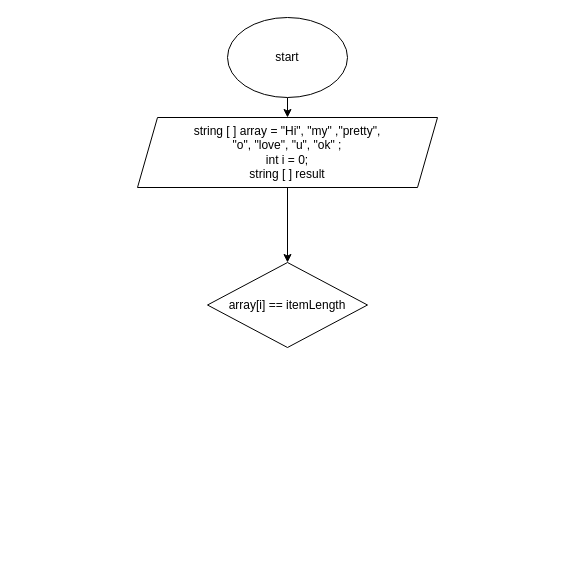
The draw.io diagram алгоритм.drawio in serikova-olga/1st-quoter-test-OlgaSerikova, before the edit. Source tidied: cells renumbered, new cells numbered last; positions are measured from the earlier drawing's top-left corner, leaving out a move shared by most shapes. Both pictures are drawn from the tidied source at 100%, with x=0, y=0 at pixel (137, 17).
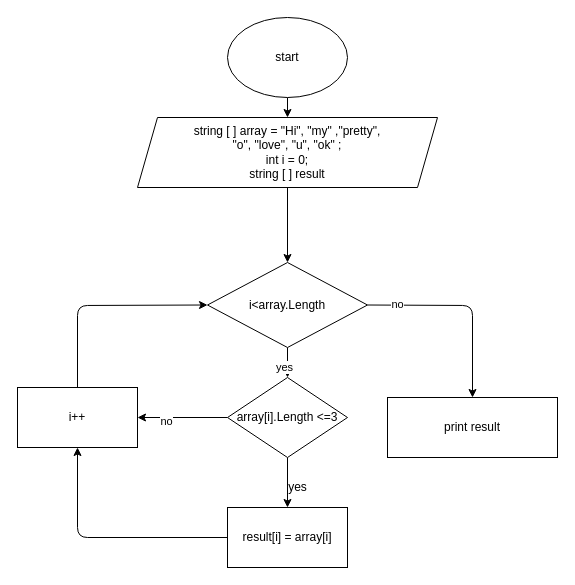
Above is the later version.

Diff of the diagram source:
```diff
@@
+    <mxCell id="7" style="edgeStyle=none;html=1;" parent="1" edge="1" source="6" target="14">
+      <mxGeometry relative="1" as="geometry" />
+    </mxCell>
+    <mxCell id="8" value="yes" style="edgeLabel;html=1;align=center;verticalAlign=middle;" parent="7" vertex="1">
+      <mxGeometry x="0.28" y="-4" relative="1" as="geometry" />
+    </mxCell>
+    <mxCell id="9" style="edgeStyle=none;html=1;exitX=1;exitY=0.5;exitDx=0;exitDy=0;entryX=0.5;entryY=0;entryDx=0;entryDy=0;" parent="1" edge="1" source="6" target="20">
+      <mxGeometry relative="1" as="geometry">
+        <Array as="points">
+          <mxPoint x="335" y="288" />
+        </Array>
+      </mxGeometry>
+    </mxCell>
+    <mxCell id="10" value="no" style="edgeLabel;html=1;align=center;verticalAlign=middle;" parent="9" vertex="1">
+      <mxGeometry x="-0.71" y="1" relative="1" as="geometry" />
+    </mxCell>
-    <mxCell id="6" value="array[i] == itemLength" style="rhombus;whiteSpace=wrap;html=1;" parent="1" vertex="1">
+    <mxCell id="6" value="i&amp;lt;array.Length" style="rhombus;whiteSpace=wrap;html=1;" parent="1" vertex="1">
       <mxGeometry x="70" y="245" width="160" height="85" as="geometry" />
     </mxCell>
+    <mxCell id="11" style="edgeStyle=none;html=1;" parent="1" edge="1" source="14" target="16">
+      <mxGeometry relative="1" as="geometry" />
+    </mxCell>
+    <mxCell id="12" style="edgeStyle=none;html=1;" parent="1" edge="1" source="14" target="18">
+      <mxGeometry relative="1" as="geometry" />
+    </mxCell>
+    <mxCell id="13" value="no" style="edgeLabel;html=1;align=center;verticalAlign=middle;" parent="12" vertex="1">
+      <mxGeometry x="0.38" y="3" relative="1" as="geometry" />
+    </mxCell>
+    <mxCell id="14" value="array[i].Length &amp;lt;=3" style="rhombus;whiteSpace=wrap;html=1;" parent="1" vertex="1">
+      <mxGeometry x="90" y="360" width="120" height="80" as="geometry" />
+    </mxCell>
+    <mxCell id="15" style="edgeStyle=none;html=1;" parent="1" edge="1" source="16" target="18">
+      <mxGeometry relative="1" as="geometry">
+        <Array as="points">
+          <mxPoint x="-60" y="520" />
+        </Array>
+      </mxGeometry>
+    </mxCell>
+    <mxCell id="16" value="result[i] = array[i]" style="whiteSpace=wrap;html=1;" parent="1" vertex="1">
+      <mxGeometry x="90" y="490" width="120" height="60" as="geometry" />
+    </mxCell>
+    <mxCell id="17" style="edgeStyle=none;html=1;exitX=0.5;exitY=0;exitDx=0;exitDy=0;entryX=0;entryY=0.5;entryDx=0;entryDy=0;" parent="1" edge="1" source="18" target="6">
+      <mxGeometry relative="1" as="geometry">
+        <Array as="points">
+          <mxPoint x="-60" y="288" />
+        </Array>
+      </mxGeometry>
+    </mxCell>
+    <mxCell id="18" value="i++" style="whiteSpace=wrap;html=1;" parent="1" vertex="1">
+      <mxGeometry x="-120" y="370" width="120" height="60" as="geometry" />
+    </mxCell>
+    <mxCell id="19" value="yes" style="text;html=1;align=center;verticalAlign=middle;strokeColor=none;fillColor=none;" parent="1" vertex="1">
+      <mxGeometry x="145" y="460" width="30" height="20" as="geometry" />
+    </mxCell>
+    <mxCell id="20" value="print result" style="whiteSpace=wrap;html=1;" parent="1" vertex="1">
+      <mxGeometry x="250" y="380" width="170" height="60" as="geometry" />
+    </mxCell>
```
